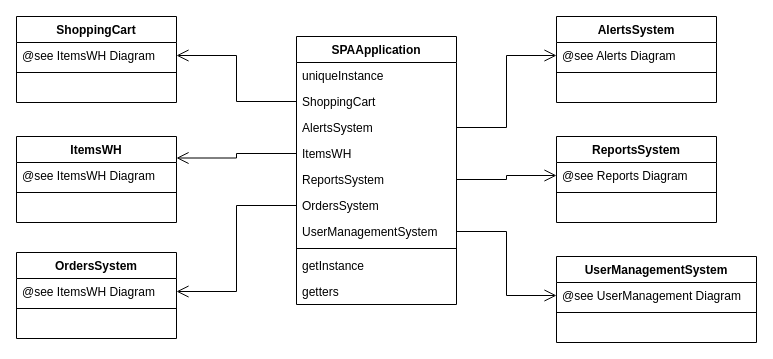
This is page "SPAApp" (3 of 6) of System Modeling/Class Diagram/Class Diagrams.drawio from haimadrian/SE-Java-Project, a draw.io file, before an edit. Source tidied: cells renumbered, new cells numbered last; positions are measured from the earlier drawing's top-left corner, leaving out a move shared by most shapes. Both pictures are drawn from the tidied source at 100%, with x=0, y=0 at pixel (16, 16).
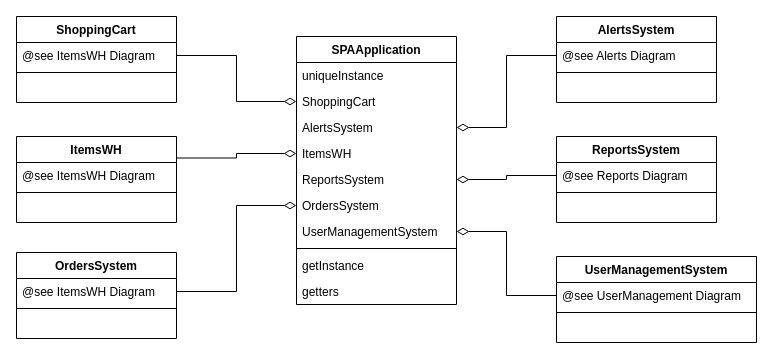
The same diagram, later.

The change refers to these unchanged cells:
```xml
<mxCell id="4" value="ShoppingCart" style="text;strokeColor=none;fillColor=none;align=left;verticalAlign=top;spacingLeft=4;spacingRight=4;overflow=hidden;points=[[0,0.5],[1,0.5]];portConstraint=eastwest;" parent="2" vertex="1">
  <mxGeometry y="52" width="160" height="26" as="geometry" />
</mxCell>
<mxCell id="5" value="AlertsSystem" style="text;strokeColor=none;fillColor=none;align=left;verticalAlign=top;spacingLeft=4;spacingRight=4;overflow=hidden;points=[[0,0.5],[1,0.5]];portConstraint=eastwest;" parent="2" vertex="1">
  <mxGeometry y="78" width="160" height="26" as="geometry" />
</mxCell>
<mxCell id="6" value="ItemsWH" style="text;strokeColor=none;fillColor=none;align=left;verticalAlign=top;spacingLeft=4;spacingRight=4;overflow=hidden;points=[[0,0.5],[1,0.5]];portConstraint=eastwest;" parent="2" vertex="1">
  <mxGeometry y="104" width="160" height="26" as="geometry" />
</mxCell>
<mxCell id="7" value="ReportsSystem" style="text;strokeColor=none;fillColor=none;align=left;verticalAlign=top;spacingLeft=4;spacingRight=4;overflow=hidden;points=[[0,0.5],[1,0.5]];portConstraint=eastwest;" parent="2" vertex="1">
  <mxGeometry y="130" width="160" height="26" as="geometry" />
</mxCell>
<mxCell id="8" value="OrdersSystem" style="text;strokeColor=none;fillColor=none;align=left;verticalAlign=top;spacingLeft=4;spacingRight=4;overflow=hidden;points=[[0,0.5],[1,0.5]];portConstraint=eastwest;" parent="2" vertex="1">
  <mxGeometry y="156" width="160" height="26" as="geometry" />
</mxCell>
<mxCell id="9" value="UserManagementSystem" style="text;strokeColor=none;fillColor=none;align=left;verticalAlign=top;spacingLeft=4;spacingRight=4;overflow=hidden;points=[[0,0.5],[1,0.5]];portConstraint=eastwest;" parent="2" vertex="1">
  <mxGeometry y="182" width="160" height="26" as="geometry" />
</mxCell>
<mxCell id="14" value="ItemsWH" style="swimlane;fontStyle=1;align=center;verticalAlign=top;horizontal=1;startSize=26;" parent="1" vertex="1">
  <mxGeometry y="120" width="160" height="86" as="geometry" />
</mxCell>
<mxCell id="19" value="@see ItemsWH Diagram" style="text;strokeColor=none;fillColor=none;align=left;verticalAlign=top;spacingLeft=4;spacingRight=4;overflow=hidden;points=[[0,0.5],[1,0.5]];portConstraint=eastwest;" parent="18" vertex="1">
  <mxGeometry y="26" width="160" height="26" as="geometry" />
</mxCell>
<mxCell id="23" value="@see ItemsWH Diagram" style="text;strokeColor=none;fillColor=none;align=left;verticalAlign=top;spacingLeft=4;spacingRight=4;overflow=hidden;points=[[0,0.5],[1,0.5]];portConstraint=eastwest;" parent="22" vertex="1">
  <mxGeometry y="26" width="160" height="26" as="geometry" />
</mxCell>
<mxCell id="27" value="@see Alerts Diagram" style="text;strokeColor=none;fillColor=none;align=left;verticalAlign=top;spacingLeft=4;spacingRight=4;overflow=hidden;points=[[0,0.5],[1,0.5]];portConstraint=eastwest;" parent="26" vertex="1">
  <mxGeometry y="26" width="160" height="26" as="geometry" />
</mxCell>
<mxCell id="31" value="@see Reports Diagram" style="text;strokeColor=none;fillColor=none;align=left;verticalAlign=top;spacingLeft=4;spacingRight=4;overflow=hidden;points=[[0,0.5],[1,0.5]];portConstraint=eastwest;" parent="30" vertex="1">
  <mxGeometry y="26" width="160" height="26" as="geometry" />
</mxCell>
<mxCell id="35" value="@see UserManagement Diagram" style="text;strokeColor=none;fillColor=none;align=left;verticalAlign=top;spacingLeft=4;spacingRight=4;overflow=hidden;points=[[0,0.5],[1,0.5]];portConstraint=eastwest;" parent="34" vertex="1">
  <mxGeometry y="26" width="200" height="26" as="geometry" />
</mxCell>
```

What changed in the source:
```diff
@@
-    <mxCell id="13" style="edgeStyle=orthogonalEdgeStyle;rounded=0;jettySize=auto;html=1;entryX=1;entryY=0.5;entryDx=0;entryDy=0;startSize=10;endArrow=open;endFill=0;endSize=10;" parent="1" edge="1" source="4" target="23">
+    <mxCell id="13" style="edgeStyle=orthogonalEdgeStyle;rounded=0;jettySize=auto;html=1;entryX=1;entryY=0.5;entryDx=0;entryDy=0;startSize=10;endArrow=none;endFill=0;endSize=10;startArrow=diamondThin;startFill=0;" parent="1" edge="1" source="4" target="23">
       <mxGeometry relative="1" as="geometry" />
     </mxCell>
@@
-    <mxCell id="38" style="edgeStyle=orthogonalEdgeStyle;rounded=0;jettySize=auto;html=1;entryX=0;entryY=0.5;entryDx=0;entryDy=0;endArrow=open;endFill=0;endSize=10;" parent="1" edge="1" source="5" target="27">
+    <mxCell id="38" style="edgeStyle=orthogonalEdgeStyle;rounded=0;jettySize=auto;html=1;entryX=0;entryY=0.5;entryDx=0;entryDy=0;endArrow=none;endFill=0;endSize=10;startSize=10;startArrow=diamondThin;startFill=0;" parent="1" edge="1" source="5" target="27">
       <mxGeometry relative="1" as="geometry" />
     </mxCell>
-    <mxCell id="39" style="edgeStyle=orthogonalEdgeStyle;rounded=0;jettySize=auto;html=1;entryX=1;entryY=0.25;entryDx=0;entryDy=0;endArrow=open;endFill=0;endSize=10;" parent="1" edge="1" source="6" target="14">
+    <mxCell id="39" style="edgeStyle=orthogonalEdgeStyle;rounded=0;jettySize=auto;html=1;entryX=1;entryY=0.25;entryDx=0;entryDy=0;endArrow=none;endFill=0;endSize=10;startArrow=diamondThin;startFill=0;startSize=10;" parent="1" edge="1" source="6" target="14">
       <mxGeometry relative="1" as="geometry" />
     </mxCell>
-    <mxCell id="40" style="edgeStyle=orthogonalEdgeStyle;rounded=0;jettySize=auto;html=1;entryX=1;entryY=0.5;entryDx=0;entryDy=0;endArrow=open;endFill=0;endSize=10;" parent="1" edge="1" source="8" target="19">
+    <mxCell id="40" style="edgeStyle=orthogonalEdgeStyle;rounded=0;jettySize=auto;html=1;entryX=1;entryY=0.5;entryDx=0;entryDy=0;endArrow=none;endFill=0;endSize=10;startSize=10;startArrow=diamondThin;startFill=0;" parent="1" edge="1" source="8" target="19">
       <mxGeometry relative="1" as="geometry" />
     </mxCell>
-    <mxCell id="41" style="edgeStyle=orthogonalEdgeStyle;rounded=0;jettySize=auto;html=1;entryX=0;entryY=0.5;entryDx=0;entryDy=0;endArrow=open;endFill=0;endSize=10;" parent="1" edge="1" source="7" target="31">
+    <mxCell id="41" style="edgeStyle=orthogonalEdgeStyle;rounded=0;jettySize=auto;html=1;entryX=0;entryY=0.5;entryDx=0;entryDy=0;endArrow=none;endFill=0;endSize=10;startSize=10;startArrow=diamondThin;startFill=0;" parent="1" edge="1" source="7" target="31">
       <mxGeometry relative="1" as="geometry" />
     </mxCell>
-    <mxCell id="42" style="edgeStyle=orthogonalEdgeStyle;rounded=0;jettySize=auto;html=1;entryX=0;entryY=0.5;entryDx=0;entryDy=0;endArrow=open;endFill=0;endSize=10;" parent="1" edge="1" source="9" target="35">
+    <mxCell id="42" style="edgeStyle=orthogonalEdgeStyle;rounded=0;jettySize=auto;html=1;entryX=0;entryY=0.5;entryDx=0;entryDy=0;endArrow=none;endFill=0;endSize=10;startSize=10;startArrow=diamondThin;startFill=0;" parent="1" edge="1" source="9" target="35">
       <mxGeometry relative="1" as="geometry" />
     </mxCell>
```
